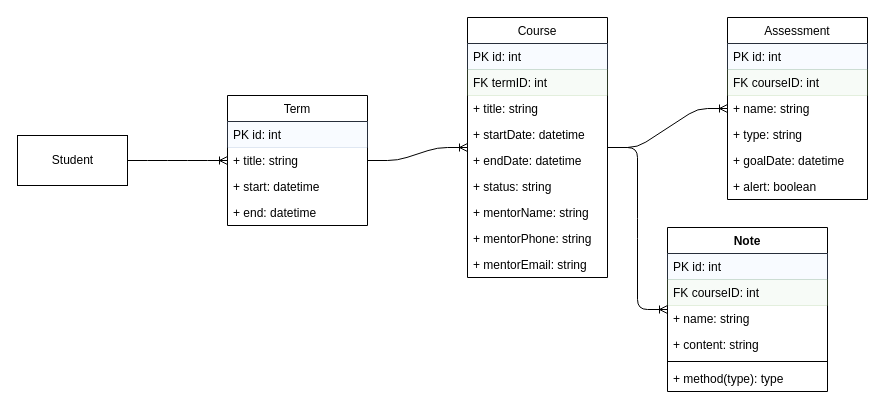
Earlier version of the draw.io diagram extras/C196.drawio (tyler71/C196). Source tidied: cells renumbered, new cells numbered last; positions are measured from the earlier drawing's top-left corner, leaving out a move shared by most shapes. Both pictures are drawn from the tidied source at 100%, with x=0, y=0 at pixel (17, 17).
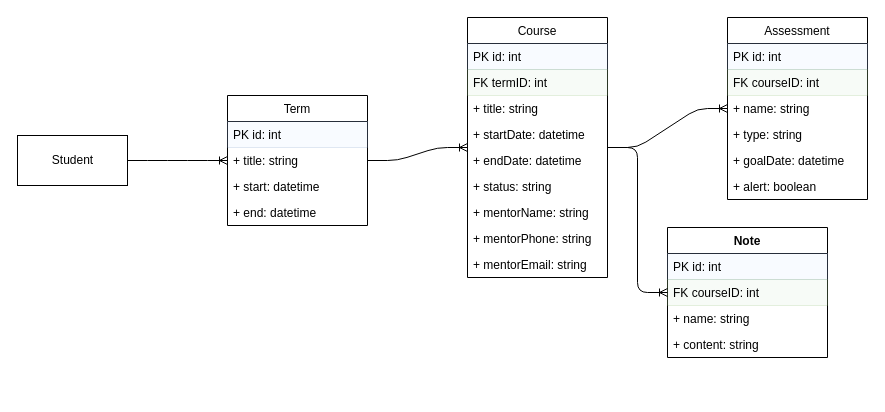
The same diagram, later.

Diff of the diagram source:
```diff
@@
     <mxCell id="25" value="Note" style="swimlane;fontStyle=1;align=center;verticalAlign=top;horizontal=1;startSize=26;" parent="1" vertex="1">
-      <mxGeometry x="650" y="210" width="160" height="164" as="geometry" />
+      <mxGeometry x="650" y="210" width="160" height="130" as="geometry" />
     </mxCell>
@@
-    <mxCell id="30" style="line;strokeWidth=1;fillColor=none;align=left;verticalAlign=middle;spacingTop=-1;spacingLeft=3;spacingRight=3;labelPosition=right;" parent="25" vertex="1">
-      <mxGeometry y="130" width="160" height="8" as="geometry" />
-    </mxCell>
-    <mxCell id="31" value="+ method(type): type" style="text;strokeColor=none;fillColor=none;align=left;verticalAlign=top;spacingLeft=4;spacingRight=4;overflow=hidden;" parent="25" vertex="1">
-      <mxGeometry y="138" width="160" height="26" as="geometry" />
-    </mxCell>
```
